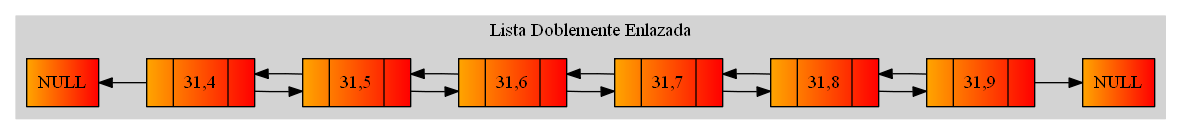
Above: graficaLD.png in Tiago-130414/EDD_1S2019_P1_201313722 (Graphviz), before the change. Its source is kept beside it as graficaLD.dot.
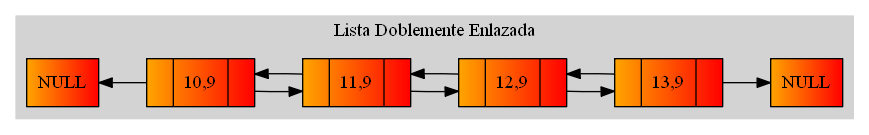
After the commit.

Change to the diagram source:
```diff
@@ -6,25 +6,19 @@
 color = lightgrey;
 node[shape=record];
 NodoPN[label="NULL"style = filled, fillcolor = "orange:red"];
-Nodo31C4[label="{ |31,4| }"style = filled, fillcolor = "orange:red"];
-Nodo31C5[label="{ |31,5| }"style = filled, fillcolor = "orange:red"];
-Nodo31C6[label="{ |31,6| }"style = filled, fillcolor = "orange:red"];
-Nodo31C7[label="{ |31,7| }"style = filled, fillcolor = "orange:red"];
-Nodo31C8[label="{ |31,8| }"style = filled, fillcolor = "orange:red"];
-Nodo31C9[label="{ |31,9| }"style = filled, fillcolor = "orange:red"];
+Nodo10C9[label="{ |10,9| }"style = filled, fillcolor = "orange:red"];
+Nodo11C9[label="{ |11,9| }"style = filled, fillcolor = "orange:red"];
+Nodo12C9[label="{ |12,9| }"style = filled, fillcolor = "orange:red"];
+Nodo13C9[label="{ |13,9| }"style = filled, fillcolor = "orange:red"];
 NodoUN[label="NULL"style = filled, fillcolor = "orange:red"];
-NodoPN->Nodo31C4[dir=back];
-Nodo31C4->Nodo31C5;
-Nodo31C5->Nodo31C4;
-Nodo31C5->Nodo31C6;
-Nodo31C6->Nodo31C5;
-Nodo31C6->Nodo31C7;
-Nodo31C7->Nodo31C6;
-Nodo31C7->Nodo31C8;
-Nodo31C8->Nodo31C7;
-Nodo31C8->Nodo31C9;
-Nodo31C9->Nodo31C8;
-Nodo31C9->NodoUN;
+NodoPN->Nodo10C9[dir=back];
+Nodo10C9->Nodo11C9;
+Nodo11C9->Nodo10C9;
+Nodo11C9->Nodo12C9;
+Nodo12C9->Nodo11C9;
+Nodo12C9->Nodo13C9;
+Nodo13C9->Nodo12C9;
+Nodo13C9->NodoUN;
 label = "Lista Doblemente Enlazada";
 }
 }
```
